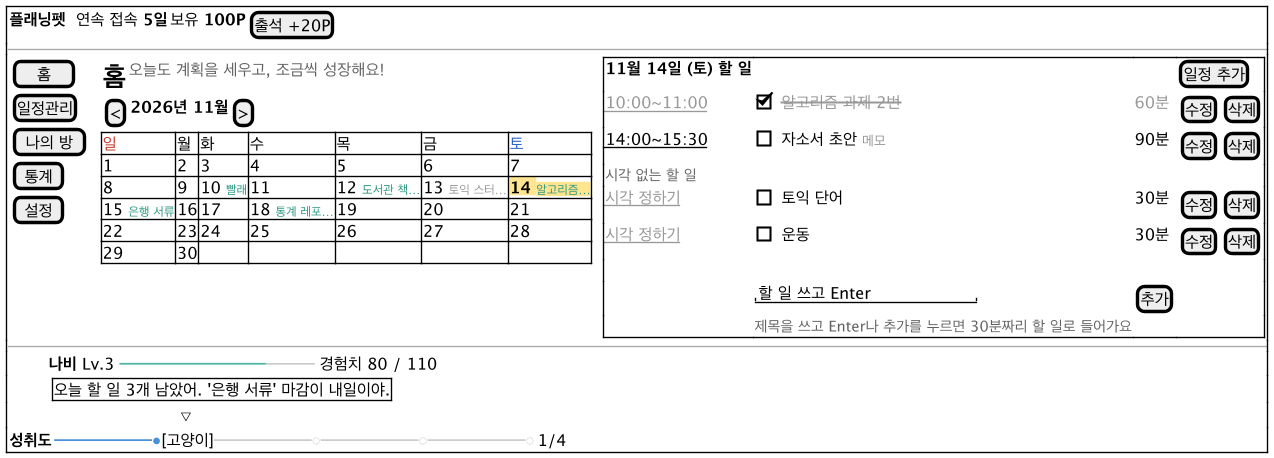
2026-2-software-system-design-11/planning-pet-app keeps this PlantUML diagram as docs/diagrams/ui-main.png. Above is the earlier version.
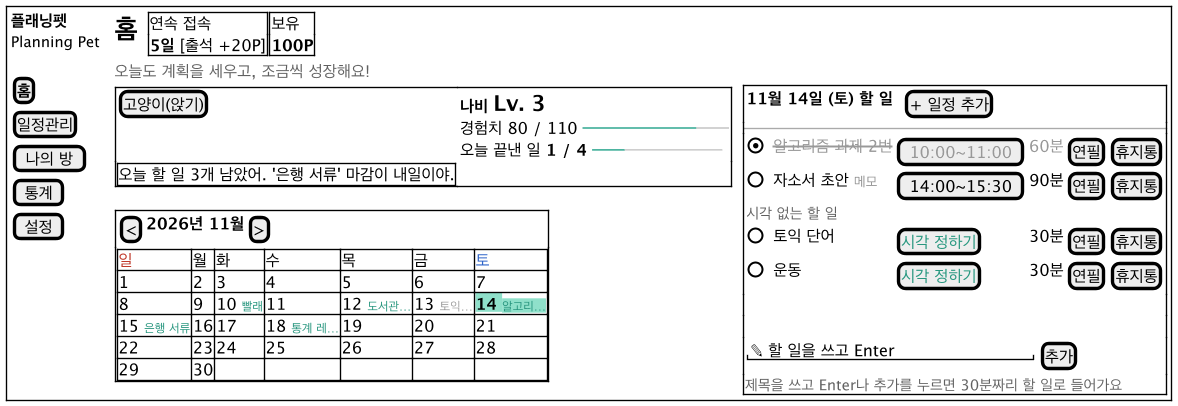
The same diagram one commit later.

The edit, as a diff of the source:
```diff
@@ -1,44 +1,60 @@
 @startsalt ui-main
 !include ui-common.iuml
 {+
-  { <b>플래닝펫</b> | .                    | 연속 접속 <b>5일</b> | 보유 <b>100P</b> | [출석 +20P] }
-  --
   {
     {
-      [  홈  ]
+      <b>플래닝펫</b>
+      <size:11>Planning Pet</size>
+      .
+      [<b>홈</b>]
       [일정관리]
       [ 나의 방 ]
       [ 통계 ]
       [ 설정 ]
     } | . |
     {
-      { <size:20><b>홈</b></size> | <color:#666666>오늘도 계획을 세우고, 조금씩 성장해요!</color> }
-      { [<] | <b>2026년 11월</b> | [>] }
-      {#
-        <color:#C0392B>일 | 월 | 화 | 수 | 목 | 금 | <color:#2E64C8>토
-        1  | 2  | 3  | 4  | 5  | 6  | 7
-        8  | 9  | 10 <size:9><color:#28977F>빨래</color></size> | 11 | 12 <size:9><color:#28977F>도서관 책…</color></size> | 13 <size:9><color:#999999>토익 스터…</color></size> | <back:#FFE58F><b>14</b> <size:9><color:#28977F>알고리즘…</color></size></back>
-        15 <size:9><color:#28977F>은행 서류</color></size> | 16 | 17 | 18 <size:9><color:#28977F>통계 레포…</color></size> | 19 | 20 | 21
-        22 | 23 | 24 | 25 | 26 | 27 | 28
-        29 | 30 | .  | .  | .  | .  | .
+      { <size:20><b>홈</b></size> | . | {+ 연속 접속
+<b>5일</b> [출석 +20P] } | {+ 보유
+<b>100P</b> } }
+      { <color:#666666>오늘도 계획을 세우고, 조금씩 성장해요!</color> }
+      {
+        {
+          {+
+            [고양이(앉기)] | { <b>나비</b> <size:16><b>Lv. 3</b></size>
+경험치 80 / 110 <color:#4DB4A0>━━━━━━━</color><color:#CCCCCC>━━</color>
+오늘 끝낸 일 <b>1 / 4</b> <color:#4DB4A0>━━</color><color:#CCCCCC>━━━━━━</color> }
+            {+ 오늘 할 일 3개 남았어. '은행 서류' 마감이 내일이야. } | .
+          }
+          .
+          {+
+            { [<] | <b>2026년 11월</b> | [>] }
+            {#
+              <color:#C0392B>일 | 월 | 화 | 수 | 목 | 금 | <color:#2E64C8>토
+              1  | 2  | 3  | 4  | 5  | 6  | 7
+              8  | 9  | 10 <size:9><color:#28977F>빨래</color></size> | 11 | 12 <size:9><color:#28977F>도서관…</color></size> | 13 <size:9><color:#999999>토익…</color></size> | <back:#8FE0CA><b>14</b> <size:9><color:#28977F>알고리…</color></size></back>
+              15 <size:9><color:#28977F>은행 서류</color></size> | 16 | 17 | 18 <size:9><color:#28977F>통계 레…</color></size> | 19 | 20 | 21
+              22 | 23 | 24 | 25 | 26 | 27 | 28
+              29 | 30 | .  | .  | .  | .  | .
+            }
+          }
+        } | . |
+        {+
+          { <b>11월 14일 (토) 할 일</b> | . | [+ 일정 추가] }
+          --
+          {
+            (X) <color:#999999><s>알고리즘 과제 2번</s></color> | [<color:#999999>10:00~11:00</color>] | <color:#999999>60분</color> | [연필] | [휴지통]
+            ( ) 자소서 초안 <size:10><color:#999999>메모</color></size> | [14:00~15:30] | 90분 | [연필] | [휴지통]
+            <size:11><color:#666666>시각 없는 할 일</color></size> | . | . | . | .
+            ( ) 토익 단어 | [<color:#28977F>시각 정하기</color>] | 30분 | [연필] | [휴지통]
+            ( ) 운동 | [<color:#28977F>시각 정하기</color>] | 30분 | [연필] | [휴지통]
+          }
+          .
+          .
+          { "✎ 할 일을 쓰고 Enter           " | [추가] }
+          <size:11><color:#666666>제목을 쓰고 Enter나 추가를 누르면 30분짜리 할 일로 들어가요</color></size>
+        }
       }
-    } | . |
-    {+
-      <b>11월 14일 (토) 할 일</b> | . | . | [일정 추가]
-      <color:#999999><u>10:00~11:00</u></color> | [X] <color:#999999><s>알고리즘 과제 2번</s></color> | <color:#999999>60분</color> | { [수정] | [삭제] }
-      <u>14:00~15:30</u> | [ ] 자소서 초안 <size:10><color:#999999>메모</color></size> | 90분 | { [수정] | [삭제] }
-      <size:11><color:#666666>시각 없는 할 일</color></size> | . | . | .
-      <color:#999999><u>시각 정하기</u></color> | [ ] 토익 단어 | 30분 | { [수정] | [삭제] }
-      <color:#999999><u>시각 정하기</u></color> | [ ] 운동 | 30분 | { [수정] | [삭제] }
-      . | . | . | .
-      . | "할 일 쓰고 Enter        " | [추가] | .
-      . | <size:11><color:#666666>제목을 쓰고 Enter나 추가를 누르면 30분짜리 할 일로 들어가요</color></size> | . | .
     }
   }
-  --
-  { . | . | . | . | . | <b>나비</b> Lv.3 <color:#4DB4A0>━━━━━━━━━</color><color:#CCCCCC>━━━</color> 경험치 80 / 110 }
-  { .       | <color:#FFFFFF>━━</color>{+ 오늘 할 일 3개 남았어. '은행 서류' 마감이 내일이야. } }
-  { .       | <color:#FFFFFF>━━━━━━━━━━</color>▽ }
-  { <b>성취도</b> | <color:#4A90D9>━━━━━━●</color>[고양이]<color:#CCCCCC>━━━━━━○━━━━━━○━━━━━━○</color> | 1/4 }
 }
 @endsalt
```
